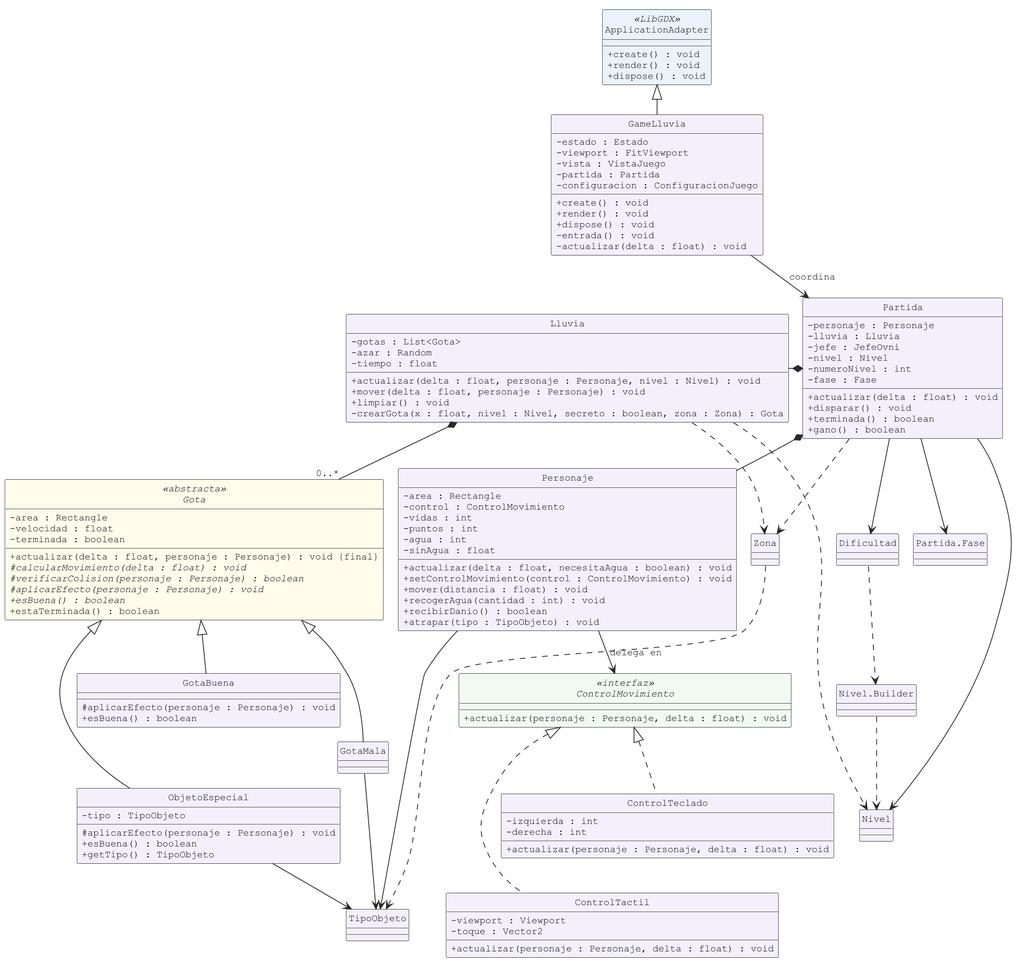
This is docs/uml/01-dominio.png from maverick1006/Proyecto-Game-LLuvia-, a PlantUML export, as it was before one commit.
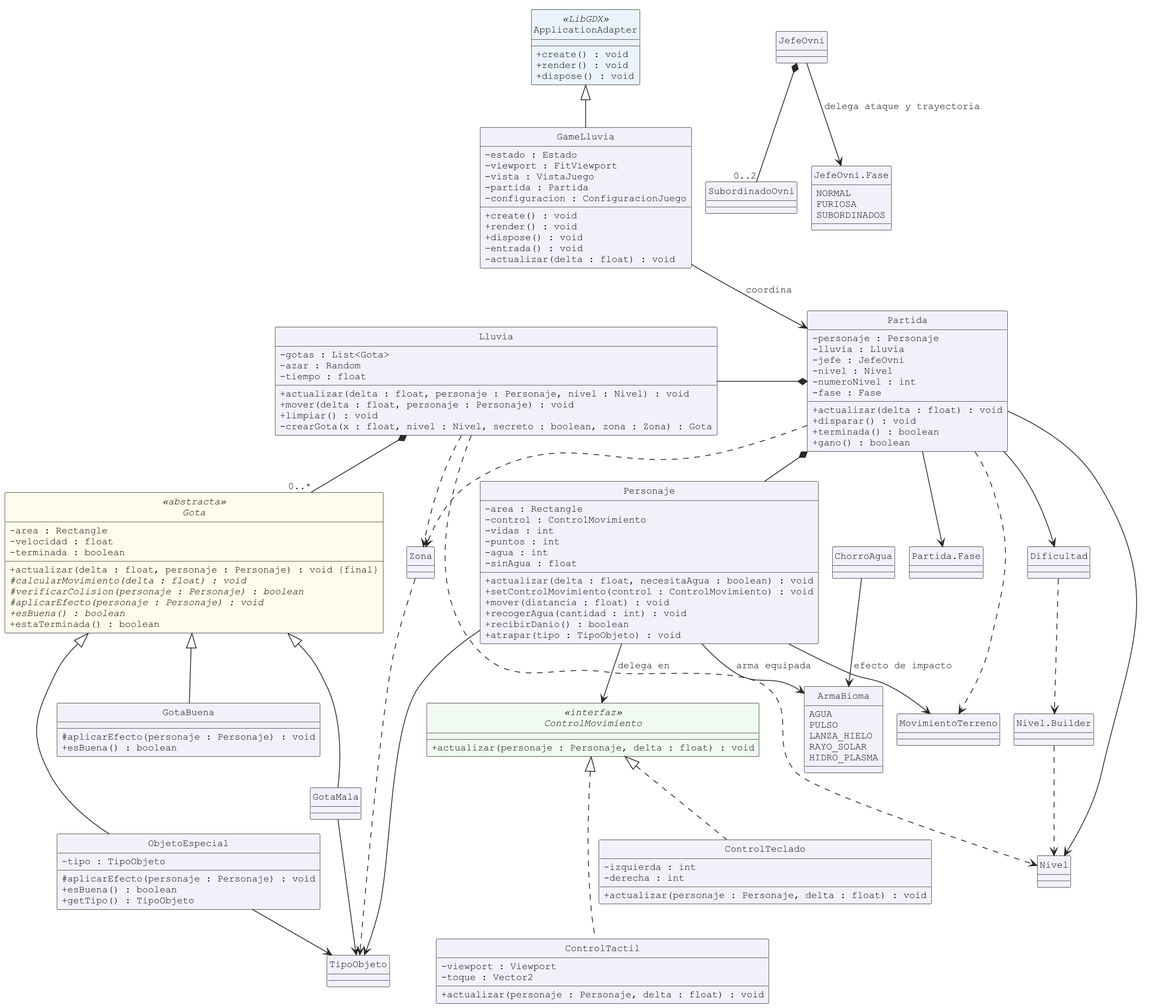
The same file after the commit.

Diff of the diagram source:
```diff
@@ -136,4 +136,25 @@
 Personaje --> TipoObjeto
 Dificultad ..> Builder
 Builder ..> Nivel
+
+enum ArmaBioma {
+ AGUA
+ PULSO
+ LANZA_HIELO
+ RAYO_SOLAR
+ HIDRO_PLASMA
+}
+class SubordinadoOvni
+enum "JefeOvni.Fase" as FaseOvni {
+ NORMAL
+ FURIOSA
+ SUBORDINADOS
+}
+JefeOvni --> FaseOvni : delega ataque y trayectoria
+JefeOvni *-- "0..2" SubordinadoOvni
+ChorroAgua --> ArmaBioma : efecto de impacto
+Personaje --> ArmaBioma : arma equipada
+enum MovimientoTerreno
+Personaje --> MovimientoTerreno
+Partida ..> MovimientoTerreno
 @enduml
```
